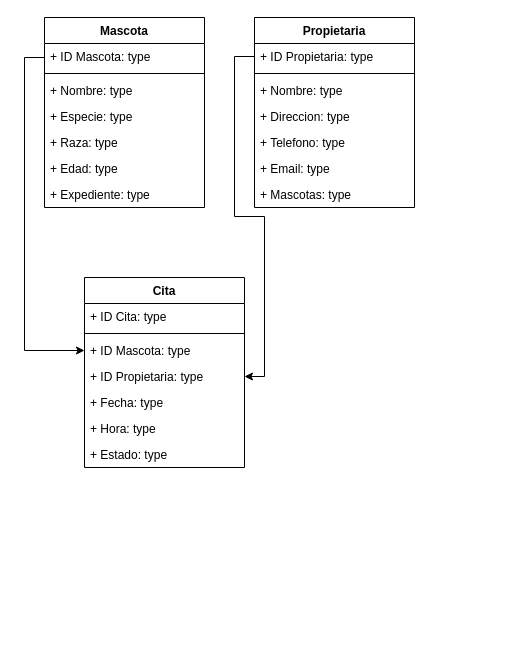
Before: Diagrama sin título.drawio in NixieNixi/diagramaClases, a draw.io diagram. Source tidied: cells renumbered, new cells numbered last; positions are measured from the earlier drawing's top-left corner, leaving out a move shared by most shapes. Both pictures are drawn from the tidied source at 100%, with x=0, y=0 at pixel (24, 17).
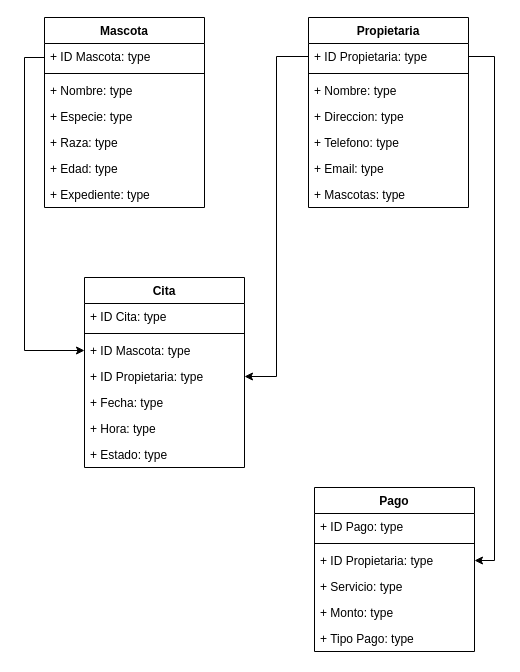
After the change.

Commit message:
Clase Pago

The change refers to these unchanged cells:
```xml
<mxCell id="11" value="+ ID Propietaria: type" style="text;strokeColor=none;fillColor=none;align=left;verticalAlign=top;spacingLeft=4;spacingRight=4;overflow=hidden;points=[[0,0.5],[1,0.5]];portConstraint=eastwest;whiteSpace=wrap;html=1;" parent="10" vertex="1">
  <mxGeometry y="26" width="160" height="26" as="geometry" />
</mxCell>
```

Change to the diagram source:
```diff
@@
     <mxCell id="10" value="Propietaria" style="swimlane;fontStyle=1;align=center;verticalAlign=top;horizontal=1;startSize=26;whiteSpace=wrap;html=1;" parent="1" vertex="1">
-      <mxGeometry x="230" width="160" height="190" as="geometry" />
+      <mxGeometry x="284" width="160" height="190" as="geometry" />
     </mxCell>
@@
+    <mxCell id="28" value="Pago" style="swimlane;fontStyle=1;align=center;verticalAlign=top;horizontal=1;startSize=26;whiteSpace=wrap;html=1;" parent="1" vertex="1">
+      <mxGeometry x="290" y="470" width="160" height="164" as="geometry" />
+    </mxCell>
+    <mxCell id="29" value="+ ID Pago: type" style="text;strokeColor=none;fillColor=none;align=left;verticalAlign=top;spacingLeft=4;spacingRight=4;overflow=hidden;whiteSpace=wrap;html=1;" parent="28" vertex="1">
+      <mxGeometry y="26" width="160" height="26" as="geometry" />
+    </mxCell>
+    <mxCell id="30" style="line;strokeWidth=1;fillColor=none;align=left;verticalAlign=middle;spacingTop=-1;spacingLeft=3;spacingRight=3;labelPosition=right;strokeColor=inherit;" parent="28" vertex="1">
+      <mxGeometry y="52" width="160" height="8" as="geometry" />
+    </mxCell>
+    <mxCell id="31" value="+ ID Propietaria: type" style="text;strokeColor=none;fillColor=none;align=left;verticalAlign=top;spacingLeft=4;spacingRight=4;overflow=hidden;points=[[0,0.5],[1,0.5]];portConstraint=eastwest;whiteSpace=wrap;html=1;" parent="28" vertex="1">
+      <mxGeometry y="60" width="160" height="26" as="geometry" />
+    </mxCell>
+    <mxCell id="32" value="+ Servicio&lt;span style=&quot;background-color: initial;&quot;&gt;: type&lt;/span&gt;" style="text;strokeColor=none;fillColor=none;align=left;verticalAlign=top;spacingLeft=4;spacingRight=4;overflow=hidden;whiteSpace=wrap;html=1;" parent="28" vertex="1">
+      <mxGeometry y="86" width="160" height="26" as="geometry" />
+    </mxCell>
+    <mxCell id="33" value="+ Monto&lt;span style=&quot;background-color: initial;&quot;&gt;: type&lt;/span&gt;" style="text;strokeColor=none;fillColor=none;align=left;verticalAlign=top;spacingLeft=4;spacingRight=4;overflow=hidden;whiteSpace=wrap;html=1;" parent="28" vertex="1">
+      <mxGeometry y="112" width="160" height="26" as="geometry" />
+    </mxCell>
+    <mxCell id="34" value="+ Tipo Pago: type" style="text;strokeColor=none;fillColor=none;align=left;verticalAlign=top;spacingLeft=4;spacingRight=4;overflow=hidden;whiteSpace=wrap;html=1;" parent="28" vertex="1">
+      <mxGeometry y="138" width="160" height="26" as="geometry" />
+    </mxCell>
+    <mxCell id="35" style="edgeStyle=orthogonalEdgeStyle;rounded=0;jettySize=auto;html=1;exitX=1;exitY=0.5;exitDx=0;exitDy=0;entryX=1;entryY=0.5;entryDx=0;entryDy=0;" parent="1" edge="1" source="11" target="31">
+      <mxGeometry relative="1" as="geometry" />
+    </mxCell>
```
